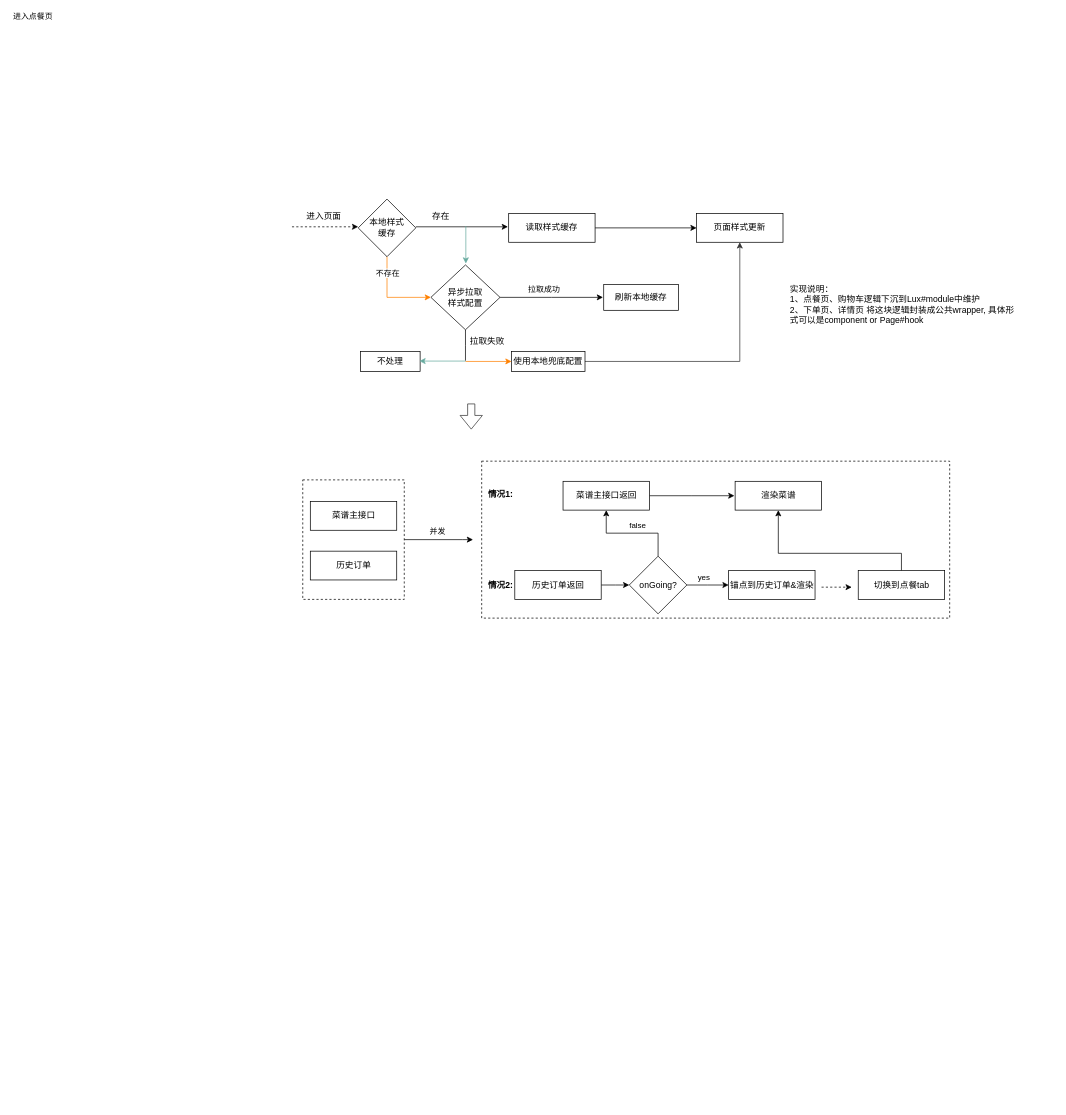
wuhaiyang/work keeps this draw.io diagram as 系分.drawio. Above is the earlier version. Source tidied: cells renumbered, new cells numbered last; positions are measured from the earlier drawing's top-left corner, leaving out a move shared by most shapes. Both pictures are drawn from the tidied source at 72%, with x=0, y=0 at pixel (292, 199).
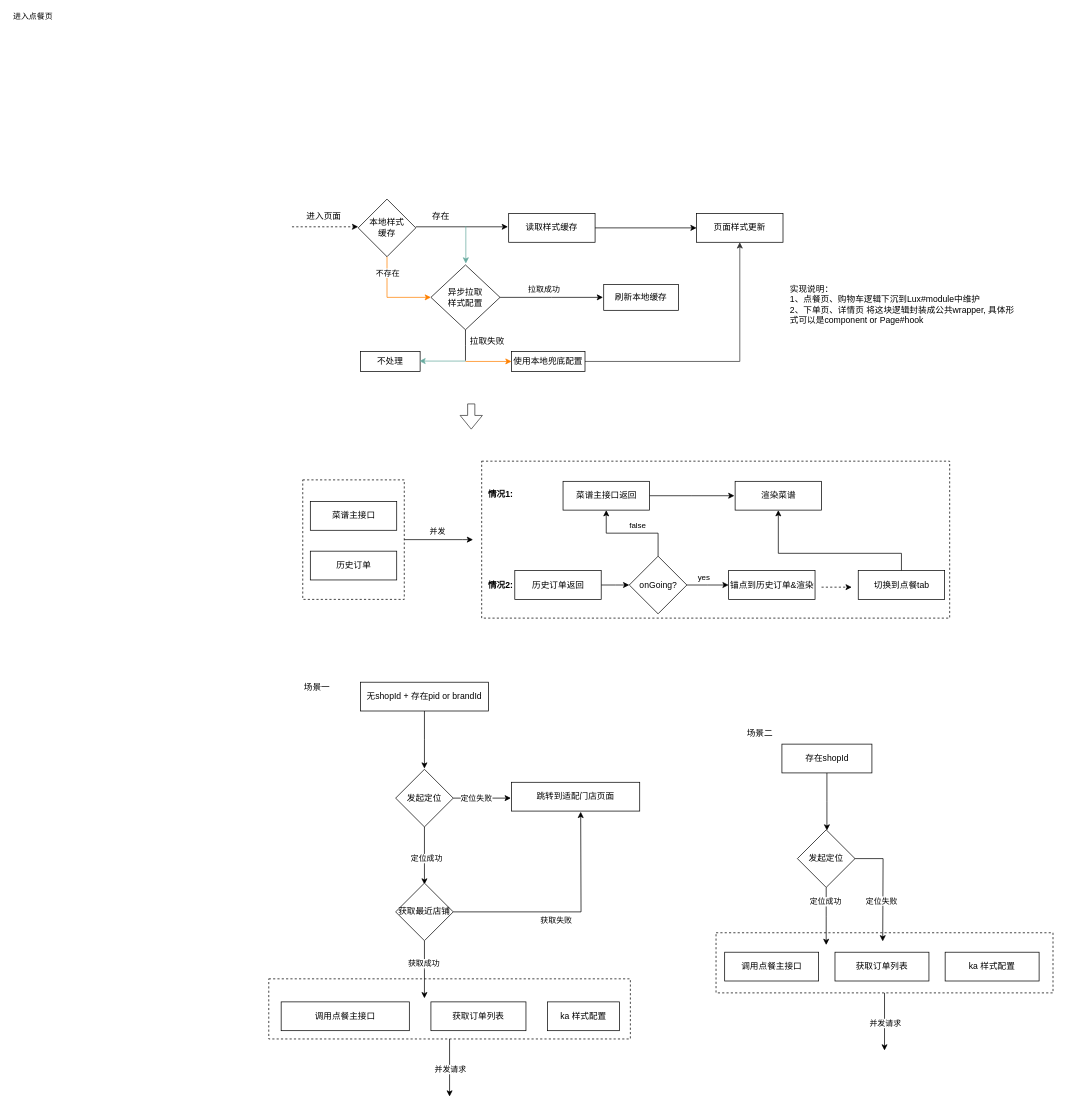
The same page after the edit.

The edit, as a diff of the source:
```diff
@@
+    <mxCell id="49" style="edgeStyle=orthogonalEdgeStyle;rounded=0;jettySize=auto;html=1;" parent="1" edge="1" source="50">
+      <mxGeometry relative="1" as="geometry">
+        <mxPoint x="184" y="791" as="targetPoint" />
+      </mxGeometry>
+    </mxCell>
+    <mxCell id="50" value="无shopId + 存在pid or brandId" style="rounded=0;whiteSpace=wrap;html=1;" parent="1" vertex="1">
+      <mxGeometry x="95" y="671" width="178" height="40" as="geometry" />
+    </mxCell>
+    <mxCell id="51" value="场景一" style="text;html=1;strokeColor=none;fillColor=none;align=center;verticalAlign=middle;whiteSpace=wrap;rounded=0;" parent="1" vertex="1">
+      <mxGeometry x="15" y="669" width="40" height="20" as="geometry" />
+    </mxCell>
+    <mxCell id="52" style="edgeStyle=orthogonalEdgeStyle;rounded=0;jettySize=auto;html=1;" parent="1" edge="1" source="56">
+      <mxGeometry relative="1" as="geometry">
+        <mxPoint x="304" y="832" as="targetPoint" />
+      </mxGeometry>
+    </mxCell>
+    <mxCell id="53" value="定位失败" style="edgeLabel;html=1;align=center;verticalAlign=middle;" parent="52" vertex="1">
+      <mxGeometry x="-0.23" relative="1" as="geometry" />
+    </mxCell>
+    <mxCell id="54" style="edgeStyle=orthogonalEdgeStyle;rounded=0;jettySize=auto;html=1;" parent="1" edge="1" source="56">
+      <mxGeometry relative="1" as="geometry">
+        <mxPoint x="184" y="952" as="targetPoint" />
+      </mxGeometry>
+    </mxCell>
+    <mxCell id="55" value="定位成功" style="edgeLabel;html=1;align=center;verticalAlign=middle;" parent="54" vertex="1">
+      <mxGeometry x="0.1" y="2" relative="1" as="geometry" />
+    </mxCell>
+    <mxCell id="56" value="发起定位" style="rhombus;whiteSpace=wrap;html=1;" parent="1" vertex="1">
+      <mxGeometry x="144" y="792" width="80" height="80" as="geometry" />
+    </mxCell>
+    <mxCell id="57" value="跳转到适配门店页面" style="rounded=0;whiteSpace=wrap;html=1;" parent="1" vertex="1">
+      <mxGeometry x="305" y="810" width="178" height="40" as="geometry" />
+    </mxCell>
+    <mxCell id="58" style="edgeStyle=orthogonalEdgeStyle;rounded=0;jettySize=auto;html=1;" parent="1" edge="1" source="62">
+      <mxGeometry relative="1" as="geometry">
+        <mxPoint x="401" y="851" as="targetPoint" />
+      </mxGeometry>
+    </mxCell>
+    <mxCell id="59" value="获取失败" style="edgeLabel;html=1;align=center;verticalAlign=middle;" parent="58" vertex="1">
+      <mxGeometry x="0.2" relative="1" as="geometry">
+        <mxPoint x="-35" y="24" as="offset" />
+      </mxGeometry>
+    </mxCell>
+    <mxCell id="60" style="edgeStyle=orthogonalEdgeStyle;rounded=0;jettySize=auto;html=1;" parent="1" edge="1" source="62">
+      <mxGeometry relative="1" as="geometry">
+        <mxPoint x="184" y="1110" as="targetPoint" />
+      </mxGeometry>
+    </mxCell>
+    <mxCell id="61" value="获取成功" style="edgeLabel;html=1;align=center;verticalAlign=middle;" parent="60" vertex="1">
+      <mxGeometry x="-0.23" y="-2" relative="1" as="geometry" />
+    </mxCell>
+    <mxCell id="62" value="获取最近店铺" style="rhombus;whiteSpace=wrap;html=1;" parent="1" vertex="1">
+      <mxGeometry x="144" y="950" width="80" height="80" as="geometry" />
+    </mxCell>
+    <mxCell id="63" value="调用点餐主接口" style="rounded=0;whiteSpace=wrap;html=1;" parent="1" vertex="1">
+      <mxGeometry x="-15" y="1115" width="178" height="40" as="geometry" />
+    </mxCell>
+    <mxCell id="64" value="场景二" style="text;html=1;strokeColor=none;fillColor=none;align=center;verticalAlign=middle;whiteSpace=wrap;rounded=0;" parent="1" vertex="1">
+      <mxGeometry x="630" y="732" width="40" height="20" as="geometry" />
+    </mxCell>
+    <mxCell id="65" style="edgeStyle=orthogonalEdgeStyle;rounded=0;jettySize=auto;html=1;gradientColor=none;" parent="1" edge="1" source="66">
+      <mxGeometry relative="1" as="geometry">
+        <mxPoint x="743" y="877" as="targetPoint" />
+      </mxGeometry>
+    </mxCell>
+    <mxCell id="66" value="存在shopId" style="rounded=0;whiteSpace=wrap;html=1;gradientColor=none;" parent="1" vertex="1">
+      <mxGeometry x="680.5" y="757" width="125" height="40" as="geometry" />
+    </mxCell>
+    <mxCell id="67" style="edgeStyle=orthogonalEdgeStyle;rounded=0;jettySize=auto;html=1;" parent="1" edge="1" source="71">
+      <mxGeometry relative="1" as="geometry">
+        <mxPoint x="742" y="1036" as="targetPoint" />
+      </mxGeometry>
+    </mxCell>
+    <mxCell id="68" value="定位成功" style="edgeLabel;html=1;align=center;verticalAlign=middle;" parent="67" vertex="1">
+      <mxGeometry x="-0.53" y="-2" relative="1" as="geometry" />
+    </mxCell>
+    <mxCell id="69" style="edgeStyle=orthogonalEdgeStyle;rounded=0;jettySize=auto;html=1;" parent="1" edge="1" source="71">
+      <mxGeometry relative="1" as="geometry">
+        <mxPoint x="820.5" y="1031" as="targetPoint" />
+      </mxGeometry>
+    </mxCell>
+    <mxCell id="70" value="定位失败" style="edgeLabel;html=1;align=center;verticalAlign=middle;" parent="69" vertex="1">
+      <mxGeometry x="0.26" y="-2" relative="1" as="geometry">
+        <mxPoint y="1" as="offset" />
+      </mxGeometry>
+    </mxCell>
+    <mxCell id="71" value="发起定位" style="rhombus;whiteSpace=wrap;html=1;gradientColor=none;" parent="1" vertex="1">
+      <mxGeometry x="702" y="876" width="80" height="80" as="geometry" />
+    </mxCell>
+    <mxCell id="72" value="调用点餐主接口" style="rounded=0;whiteSpace=wrap;html=1;" parent="1" vertex="1">
+      <mxGeometry x="601" y="1046" width="130.5" height="40" as="geometry" />
+    </mxCell>
+    <mxCell id="73" style="edgeStyle=orthogonalEdgeStyle;rounded=0;jettySize=auto;html=1;" parent="1" edge="1" source="75">
+      <mxGeometry relative="1" as="geometry">
+        <mxPoint x="218.9" y="1246.5" as="targetPoint" />
+      </mxGeometry>
+    </mxCell>
+    <mxCell id="74" value="并发请求" style="edgeLabel;html=1;align=center;verticalAlign=middle;" parent="73" vertex="1">
+      <mxGeometry y="-4" relative="1" as="geometry">
+        <mxPoint x="1" y="-2" as="offset" />
+      </mxGeometry>
+    </mxCell>
+    <mxCell id="75" style="rounded=0;whiteSpace=wrap;html=1;fillColor=none;dashed=1;" parent="1" vertex="1">
+      <mxGeometry x="-32.2" y="1083" width="502.2" height="83.5" as="geometry" />
+    </mxCell>
+    <mxCell id="76" value="获取订单列表" style="rounded=0;whiteSpace=wrap;html=1;" parent="1" vertex="1">
+      <mxGeometry x="193" y="1115" width="132" height="40" as="geometry" />
+    </mxCell>
+    <mxCell id="77" value="ka 样式配置" style="rounded=0;whiteSpace=wrap;html=1;" parent="1" vertex="1">
+      <mxGeometry x="355" y="1115" width="100" height="40" as="geometry" />
+    </mxCell>
+    <mxCell id="78" value="获取订单列表" style="rounded=0;whiteSpace=wrap;html=1;" parent="1" vertex="1">
+      <mxGeometry x="754.2" y="1046" width="130.5" height="40" as="geometry" />
+    </mxCell>
+    <mxCell id="79" value="ka 样式配置" style="rounded=0;whiteSpace=wrap;html=1;" parent="1" vertex="1">
+      <mxGeometry x="907.2" y="1046" width="130.5" height="40" as="geometry" />
+    </mxCell>
+    <mxCell id="80" style="edgeStyle=orthogonalEdgeStyle;rounded=0;jettySize=auto;html=1;" parent="1" edge="1" source="82">
+      <mxGeometry relative="1" as="geometry">
+        <mxPoint x="823" y="1182.5" as="targetPoint" />
+      </mxGeometry>
+    </mxCell>
+    <mxCell id="81" value="并发请求" style="edgeLabel;html=1;align=center;verticalAlign=middle;" parent="80" vertex="1">
+      <mxGeometry x="-0.31" y="-2" relative="1" as="geometry">
+        <mxPoint x="2" y="13.5" as="offset" />
+      </mxGeometry>
+    </mxCell>
+    <mxCell id="82" style="rounded=0;whiteSpace=wrap;html=1;fillColor=none;dashed=1;" parent="1" vertex="1">
+      <mxGeometry x="589" y="1019" width="468" height="83.5" as="geometry" />
+    </mxCell>
```
